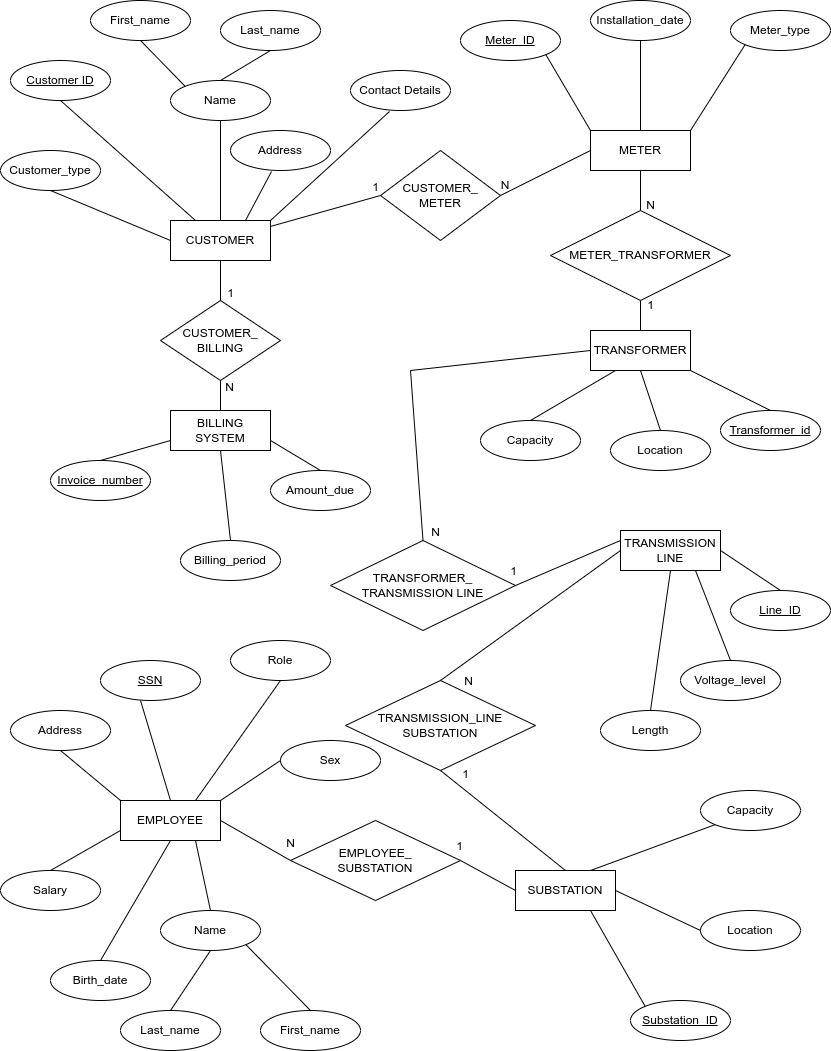
This is ECG Entity Relationship Diagram.drawio.png from Frederick-Teye/ECG-Entity-Relationship-Diagram, a draw.io export, as it was before one commit. Source tidied: cells renumbered, new cells last; positions are measured from the earlier drawing's top-left corner, leaving out a move shared by most shapes.
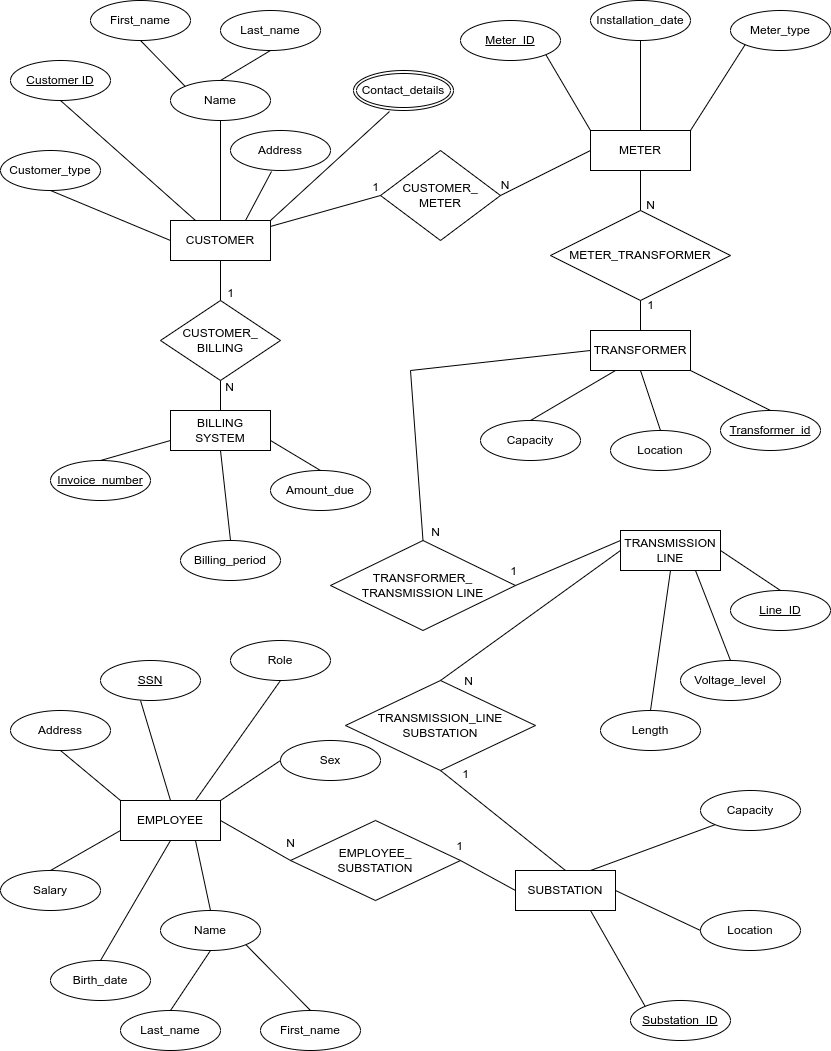
Later version of the same file.

Commit message:
Modify pdf and png copy of the ER Diagram

Contact_details have been made a multivalued attribute because it
contains telephone number and email address(this was realized at the
creation of the schema).

The edit, as a diff of the source:
```diff
@@ -23,11 +23,10 @@
     <mxCell id="8" style="endArrow=none;html=1;rounded=0;entryX=0.41;entryY=1.025;entryDx=0;entryDy=0;entryPerimeter=0;exitX=0.75;exitY=0;exitDx=0;exitDy=0;" parent="1" edge="1" source="2" target="7">
       <mxGeometry relative="1" as="geometry" />
     </mxCell>
-    <mxCell id="9" value="Contact Details" style="ellipse;whiteSpace=wrap;html=1;align=center;" parent="1" vertex="1">
-      <mxGeometry x="350" y="70" width="100" height="40" as="geometry" />
-    </mxCell>
-    <mxCell id="10" style="endArrow=none;html=1;rounded=0;entryX=0.39;entryY=1.025;entryDx=0;entryDy=0;entryPerimeter=0;exitX=1;exitY=0;exitDx=0;exitDy=0;" parent="1" edge="1" source="2" target="9">
-      <mxGeometry relative="1" as="geometry" />
+    <mxCell id="10" style="endArrow=none;html=1;rounded=0;entryX=0.39;entryY=1.025;entryDx=0;entryDy=0;entryPerimeter=0;exitX=1;exitY=0;exitDx=0;exitDy=0;" parent="1" edge="1" source="2">
+      <mxGeometry relative="1" as="geometry">
+        <mxPoint x="389" y="111" as="targetPoint" />
+      </mxGeometry>
     </mxCell>
     <mxCell id="11" value="First_name" style="ellipse;whiteSpace=wrap;html=1;align=center;" parent="1" vertex="1">
       <mxGeometry x="90" width="100" height="40" as="geometry" />
@@ -305,5 +304,8 @@
     <mxCell id="100" style="endArrow=none;html=1;rounded=0;entryX=0;entryY=0.5;entryDx=0;entryDy=0;exitX=0.5;exitY=1;exitDx=0;exitDy=0;" parent="1" edge="1" source="99" target="2">
       <mxGeometry relative="1" as="geometry" />
     </mxCell>
+    <mxCell id="101" value="Contact_details" style="ellipse;shape=doubleEllipse;margin=3;whiteSpace=wrap;html=1;align=center;" parent="1" vertex="1">
+      <mxGeometry x="353" y="70" width="100" height="40" as="geometry" />
+    </mxCell>
   </root>
 </mxGraphModel>
```
